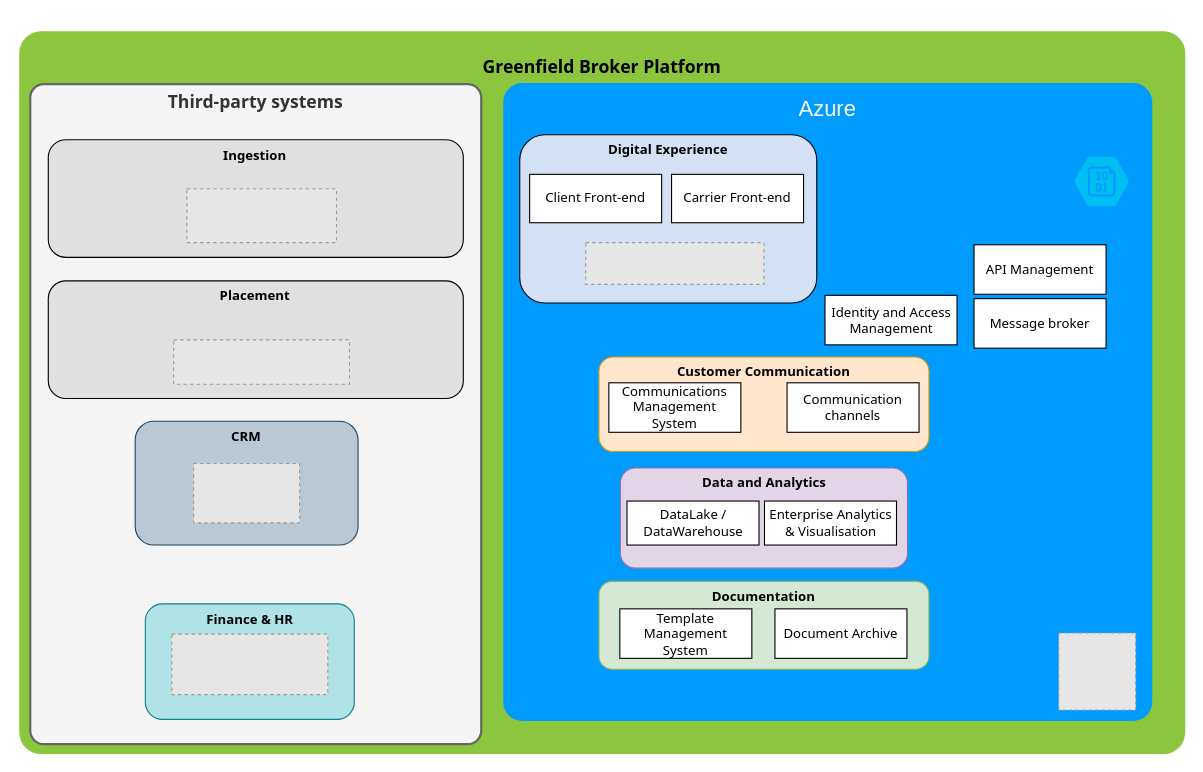
michaelmorar/diagrams keeps this draw.io diagram as page "Wipro_session" (4 of 4) of Untitled Diagram.drawio. Above is the earlier version. Source tidied: cells renumbered, new cells numbered last; positions are measured from the earlier drawing's top-left corner, leaving out a move shared by most shapes. Both pictures are drawn from the tidied source at 110%, with x=0, y=0 at pixel (19, 31). Pictures stored in the file or linked from it are replaced by grey dashed boxes.
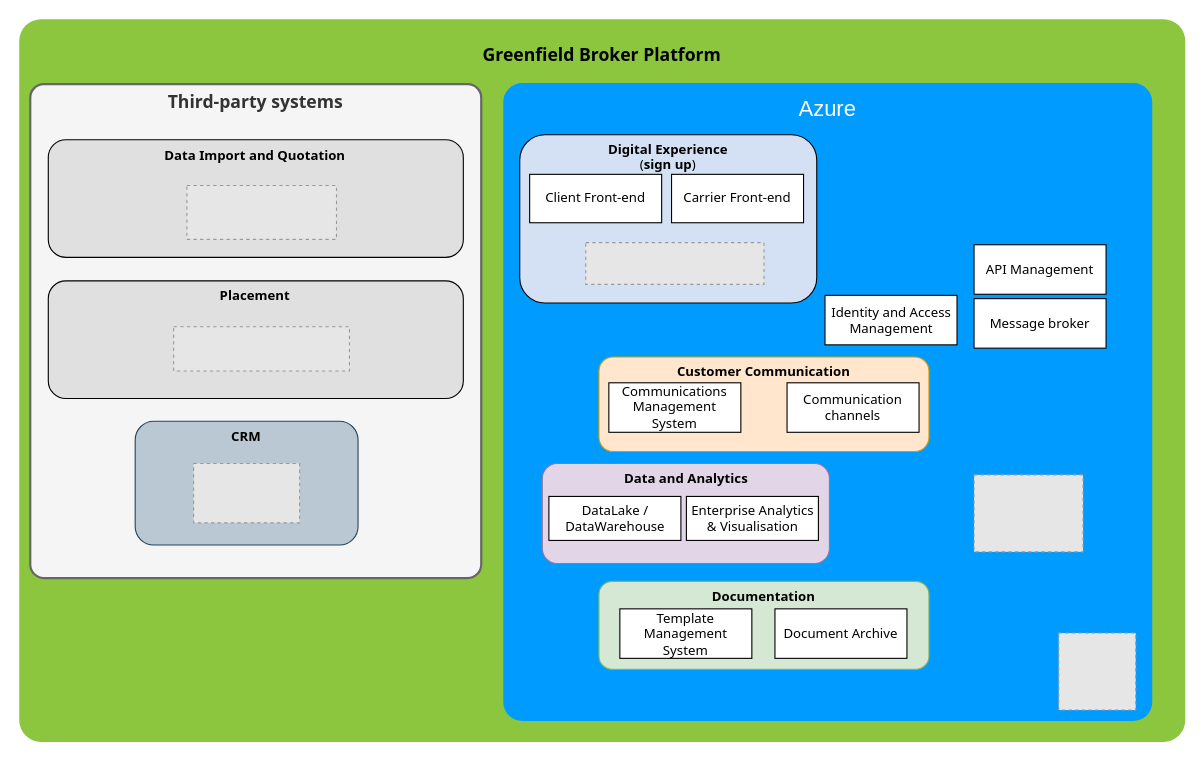
Above is the later version.

What changed in the source:
```diff
@@
     <mxCell id="2" value="&lt;h2&gt;&lt;font style=&quot;font-size: 16px;&quot; face=&quot;Tahoma&quot;&gt;&lt;b&gt;Greenfield Broker Platform&lt;/b&gt;&lt;/font&gt;&lt;/h2&gt;" style="rounded=1;whiteSpace=wrap;html=1;shadow=0;strokeWidth=2;fillColor=#8BC63E;fontSize=12;fontColor=#000000;align=center;strokeColor=none;arcSize=3;verticalAlign=top;" parent="1" vertex="1">
-      <mxGeometry width="1060" height="657" as="geometry" />
+      <mxGeometry y="-11" width="1060" height="657" as="geometry" />
     </mxCell>
@@
     <mxCell id="4" value="Third-party systems" style="rounded=1;whiteSpace=wrap;html=1;shadow=0;strokeWidth=2;fillColor=#f5f5f5;fontSize=16;fontColor=#333333;align=center;strokeColor=#666666;arcSize=3;verticalAlign=top;fontFamily=Tahoma;fontStyle=1;" parent="1" vertex="1">
-      <mxGeometry x="10" y="48" width="410" height="600" as="geometry" />
+      <mxGeometry x="10" y="48" width="410" height="449" as="geometry" />
     </mxCell>
     <mxCell id="5" value="Data and Analytics" style="rounded=1;whiteSpace=wrap;html=1;fontStyle=1;fontFamily=Tahoma;align=center;verticalAlign=top;fillColor=#e1d5e7;strokeColor=#9673a6;" parent="1" vertex="1">
-      <mxGeometry x="546.5" y="397" width="261" height="91" as="geometry" />
+      <mxGeometry x="475.5" y="392.8" width="261" height="91" as="geometry" />
     </mxCell>
@@
     <mxCell id="8" value="DataLake / DataWarehouse" style="rounded=0;whiteSpace=wrap;html=1;fontFamily=Tahoma;fontStyle=0;" parent="1" vertex="1">
-      <mxGeometry x="552.5" y="427" width="120" height="40" as="geometry" />
+      <mxGeometry x="481.5" y="422.8" width="120" height="40" as="geometry" />
     </mxCell>
@@
     <mxCell id="13" value="Enterprise Analytics &amp;amp; Visualisation" style="rounded=0;whiteSpace=wrap;html=1;fontFamily=Tahoma;fontStyle=0;" parent="1" vertex="1">
-      <mxGeometry x="677.5" y="427" width="120" height="40" as="geometry" />
+      <mxGeometry x="606.5" y="422.8" width="120" height="40" as="geometry" />
     </mxCell>
@@
-    <mxCell id="18" style="verticalLabelPosition=bottom;html=1;verticalAlign=top;align=center;strokeColor=none;fillColor=#00BEF2;shape=mxgraph.azure.storage_blob;" parent="1" vertex="1">
-      <mxGeometry x="959" y="114" width="50" height="45" as="geometry" />
-    </mxCell>
@@
-    <mxCell id="20" value="&lt;b&gt;Finance &amp;amp; HR&lt;/b&gt;" style="rounded=1;whiteSpace=wrap;html=1;fontStyle=0;fontFamily=Tahoma;align=center;verticalAlign=top;fillColor=#b0e3e6;strokeColor=#0e8088;" parent="1" vertex="1">
-      <mxGeometry x="114.6" y="520.5" width="190" height="105" as="geometry" />
-    </mxCell>
-    <mxCell id="21" style="fillColor=#E6E6E6;strokeColor=#999999;dashed=1;verticalLabelPosition=bottom;labelBackgroundColor=default;verticalAlign=top;fontStyle=1;fontFamily=Tahoma;" parent="1" vertex="1">
-      <mxGeometry x="138.7" y="548" width="141.8" height="55" as="geometry" />
-    </mxCell>
@@
     <mxCell id="24" style="fillColor=#E6E6E6;strokeColor=#999999;dashed=1;verticalLabelPosition=bottom;labelBackgroundColor=default;verticalAlign=top;" parent="1" vertex="1">
-      <mxGeometry x="140.4" y="280.5" width="159.8" height="40.3" as="geometry" />
+      <mxGeometry x="140.4" y="268.5" width="159.8" height="40.3" as="geometry" />
     </mxCell>
-    <mxCell id="25" value="&lt;b&gt;Digital Experience&lt;/b&gt;" style="rounded=1;whiteSpace=wrap;html=1;verticalAlign=top;align=center;fontFamily=Tahoma;fillColor=#D4E1F5;fontStyle=0;" parent="1" vertex="1">
+    <mxCell id="25" value="&lt;b&gt;Digital Experience&lt;/b&gt;&lt;br&gt;(&lt;b&gt;sign up&lt;/b&gt;)" style="rounded=1;whiteSpace=wrap;html=1;verticalAlign=top;align=center;fontFamily=Tahoma;fillColor=#D4E1F5;fontStyle=0;" parent="1" vertex="1">
       <mxGeometry x="455" y="94" width="270" height="153" as="geometry" />
     </mxCell>
@@
-    <mxCell id="29" value="&lt;b&gt;Ingestion&lt;/b&gt;" style="rounded=1;whiteSpace=wrap;html=1;fontStyle=0;fontFamily=Tahoma;align=center;verticalAlign=top;fillColor=#E0E0E0;" parent="1" vertex="1">
+    <mxCell id="29" value="&lt;b&gt;Data Import and Quotation&lt;br&gt;&lt;/b&gt;" style="rounded=1;whiteSpace=wrap;html=1;fontStyle=0;fontFamily=Tahoma;align=center;verticalAlign=top;fillColor=#E0E0E0;" parent="1" vertex="1">
       <mxGeometry x="26.4" y="98.5" width="377.3" height="107" as="geometry" />
     </mxCell>
     <mxCell id="30" style="fillColor=#E6E6E6;strokeColor=#999999;dashed=1;verticalLabelPosition=bottom;labelBackgroundColor=default;verticalAlign=top;" parent="1" vertex="1">
-      <mxGeometry x="152.4" y="143.1" width="136" height="49" as="geometry" />
+      <mxGeometry x="152.4" y="140.1" width="136" height="49" as="geometry" />
     </mxCell>
+    <mxCell id="31" style="fillColor=#E6E6E6;strokeColor=#999999;dashed=1;verticalLabelPosition=bottom;labelBackgroundColor=default;verticalAlign=top;" parent="1" vertex="1">
+      <mxGeometry x="868" y="403.2" width="99.1" height="70" as="geometry" />
+    </mxCell>
```
